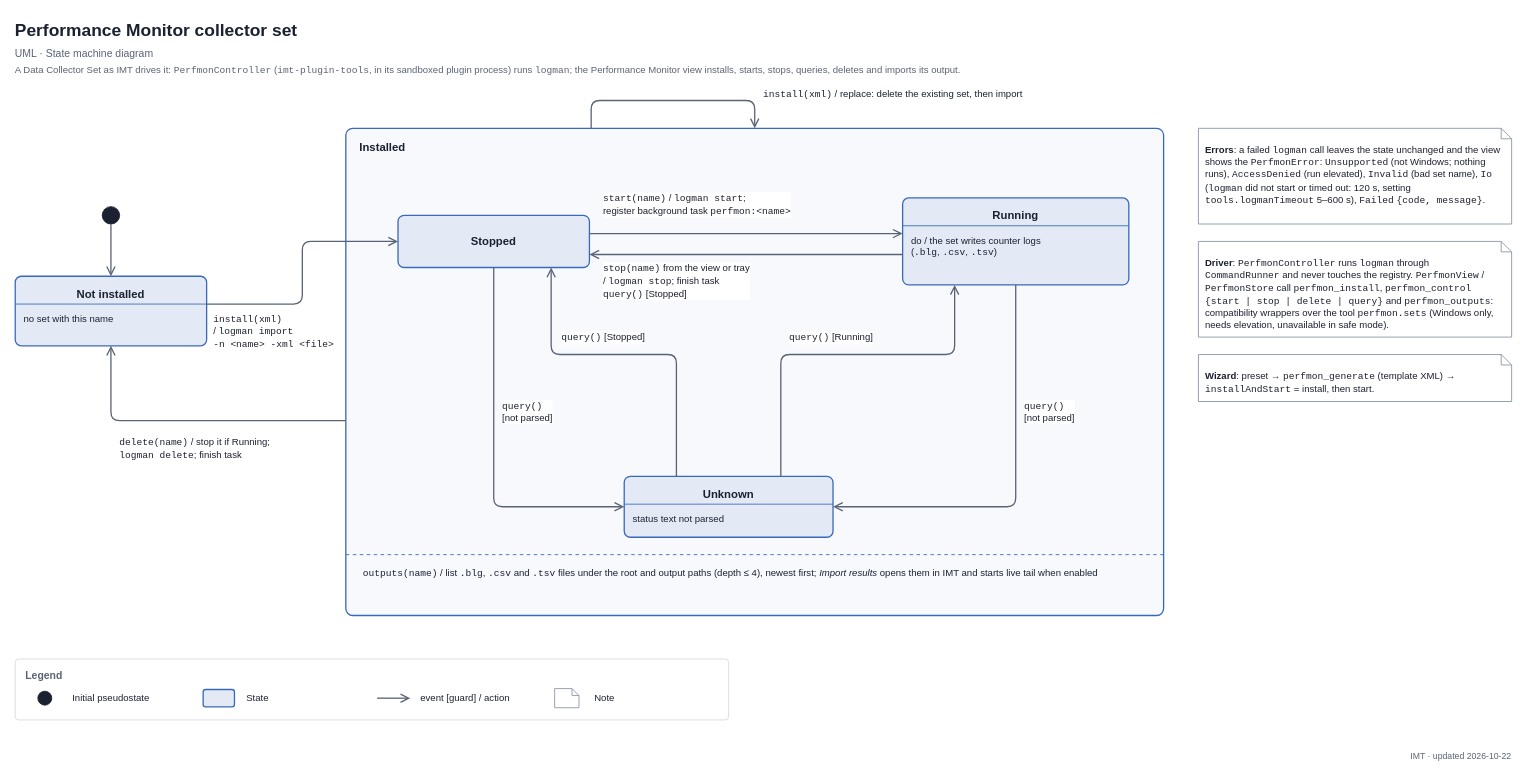
decryp7/integrated_maintenance_tool keeps this draw.io diagram as docs/diagrams/uml-state-perfmon.drawio. Above is the earlier version. Source tidied: cells renumbered, new cells numbered last; positions are measured from the earlier drawing's top-left corner, leaving out a move shared by most shapes. Both pictures are drawn from the tidied source at 87%, with x=0, y=0 at pixel (15, 15).
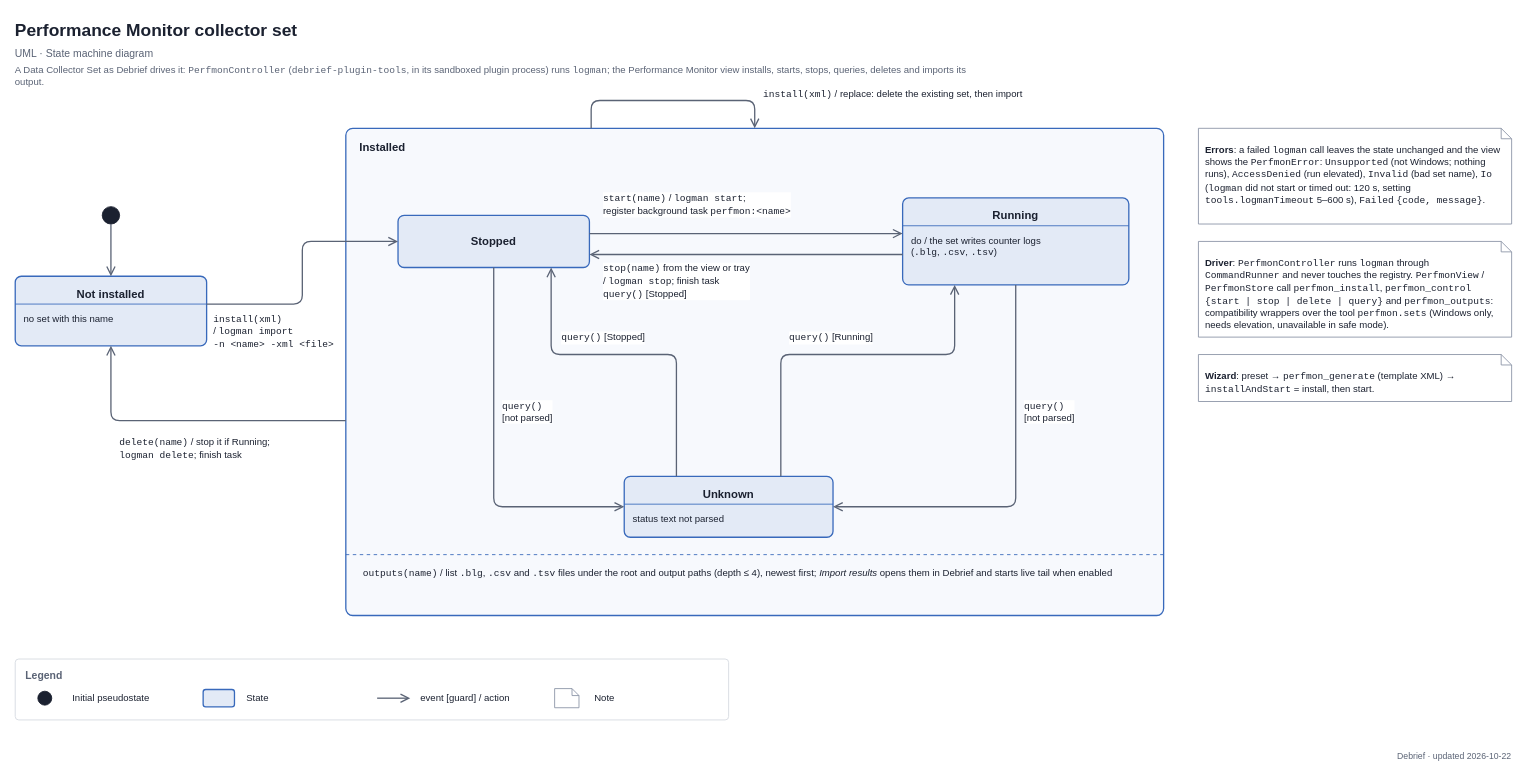
After the change.

What changed in the source:
```diff
@@
-    <mxCell id="4" value="&lt;span style=&quot;font-size:11px;color:#5A6375&quot;&gt;A Data Collector Set as IMT drives it: &lt;span style=&quot;font-family:Consolas,Menlo,monospace;white-space:nowrap&quot;&gt;PerfmonController&lt;/span&gt; (&lt;span style=&quot;font-family:Consolas,Menlo,monospace;white-space:nowrap&quot;&gt;imt-plugin-tools&lt;/span&gt;, in its sandboxed plugin process) runs &lt;span style=&quot;font-family:Consolas,Menlo,monospace;white-space:nowrap&quot;&gt;logman&lt;/span&gt;; the Performance Monitor view installs, starts, stops, queries, deletes and imports its output.&lt;/span&gt;" style="fontFamily=Arial,Helvetica,sans-serif;html=1;whiteSpace=wrap;fontColor=#1B2130;fontSize=11;text;strokeColor=none;fillColor=none;spacing=0;align=left;verticalAlign=top;" parent="1" vertex="1">
+    <mxCell id="4" value="&lt;span style=&quot;font-size:11px;color:#5A6375&quot;&gt;A Data Collector Set as Debrief drives it: &lt;span style=&quot;font-family:Consolas,Menlo,monospace;white-space:nowrap&quot;&gt;PerfmonController&lt;/span&gt; (&lt;span style=&quot;font-family:Consolas,Menlo,monospace;white-space:nowrap&quot;&gt;debrief-plugin-tools&lt;/span&gt;, in its sandboxed plugin process) runs &lt;span style=&quot;font-family:Consolas,Menlo,monospace;white-space:nowrap&quot;&gt;logman&lt;/span&gt;; the Performance Monitor view installs, starts, stops, queries, deletes and imports its output.&lt;/span&gt;" style="fontFamily=Arial,Helvetica,sans-serif;html=1;whiteSpace=wrap;fontColor=#1B2130;fontSize=11;text;strokeColor=none;fillColor=none;spacing=0;align=left;verticalAlign=top;" parent="1" vertex="1">
       <mxGeometry y="52" width="1100" height="18" as="geometry" />
     </mxCell>
@@
-    <mxCell id="37" value="&lt;span style=&quot;font-family:Consolas,Menlo,monospace;white-space:nowrap&quot;&gt;outputs(name)&lt;/span&gt; / list &lt;span style=&quot;font-family:Consolas,Menlo,monospace;white-space:nowrap&quot;&gt;.blg&lt;/span&gt;, &lt;span style=&quot;font-family:Consolas,Menlo,monospace;white-space:nowrap&quot;&gt;.csv&lt;/span&gt; and &lt;span style=&quot;font-family:Consolas,Menlo,monospace;white-space:nowrap&quot;&gt;.tsv&lt;/span&gt; files under the root and output paths (depth ≤ 4), newest first; &lt;i&gt;Import results&lt;/i&gt; opens them in IMT and starts live tail when enabled" style="fontFamily=Arial,Helvetica,sans-serif;html=1;whiteSpace=wrap;fontColor=#1B2130;fontSize=11;text;strokeColor=none;fillColor=none;spacing=0;align=left;verticalAlign=top;fontSize=11;fontStyle=0;" parent="1" vertex="1">
+    <mxCell id="37" value="&lt;span style=&quot;font-family:Consolas,Menlo,monospace;white-space:nowrap&quot;&gt;outputs(name)&lt;/span&gt; / list &lt;span style=&quot;font-family:Consolas,Menlo,monospace;white-space:nowrap&quot;&gt;.blg&lt;/span&gt;, &lt;span style=&quot;font-family:Consolas,Menlo,monospace;white-space:nowrap&quot;&gt;.csv&lt;/span&gt; and &lt;span style=&quot;font-family:Consolas,Menlo,monospace;white-space:nowrap&quot;&gt;.tsv&lt;/span&gt; files under the root and output paths (depth ≤ 4), newest first; &lt;i&gt;Import results&lt;/i&gt; opens them in Debrief and starts live tail when enabled" style="fontFamily=Arial,Helvetica,sans-serif;html=1;whiteSpace=wrap;fontColor=#1B2130;fontSize=11;text;strokeColor=none;fillColor=none;spacing=0;align=left;verticalAlign=top;fontSize=11;fontStyle=0;" parent="1" vertex="1">
       <mxGeometry x="400" y="630" width="900" height="48" as="geometry" />
     </mxCell>
@@
-    <mxCell id="50" value="&lt;span style=&quot;font-size:10px;color:#5A6375&quot;&gt;IMT · updated 2026-10-22&lt;/span&gt;" style="fontFamily=Arial,Helvetica,sans-serif;html=1;whiteSpace=wrap;fontColor=#1B2130;fontSize=11;text;strokeColor=none;fillColor=none;spacing=0;align=right;verticalAlign=top;" parent="1" vertex="1">
+    <mxCell id="50" value="&lt;span style=&quot;font-size:10px;color:#5A6375&quot;&gt;Debrief · updated 2026-10-22&lt;/span&gt;" style="fontFamily=Arial,Helvetica,sans-serif;html=1;whiteSpace=wrap;fontColor=#1B2130;fontSize=11;text;strokeColor=none;fillColor=none;spacing=0;align=right;verticalAlign=top;" parent="1" vertex="1">
       <mxGeometry x="1500" y="840" width="220" height="18" as="geometry" />
     </mxCell>
```
